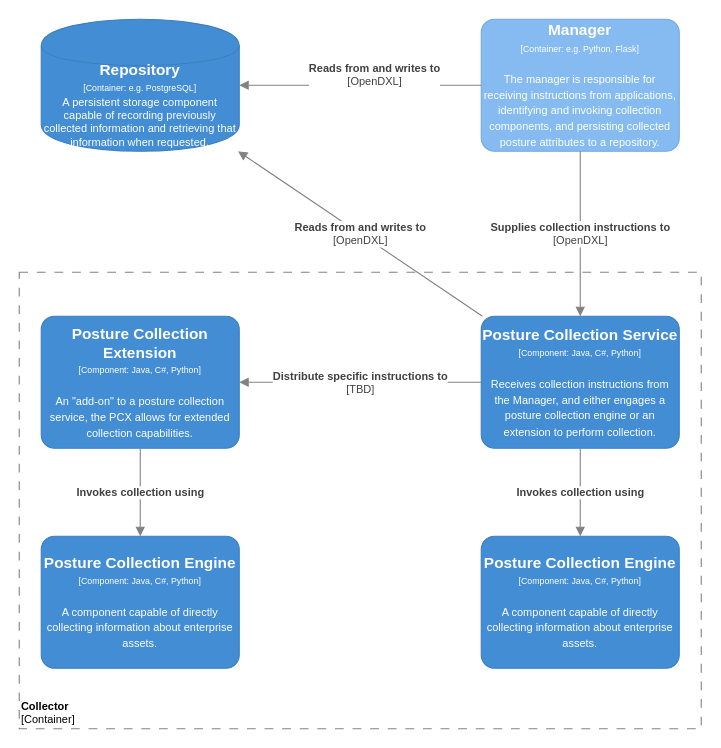
Above: page "SCAPv2 Collector" (2 of 2) of Architecture Documents/scap-components.drawio in opencybersecurityalliance/documentation (draw.io), before the change. Source tidied: cells renumbered, new cells numbered last; positions are measured from the earlier drawing's top-left corner, leaving out a move shared by most shapes. Both pictures are drawn from the tidied source at 110%, with x=0, y=0 at pixel (19, 19).
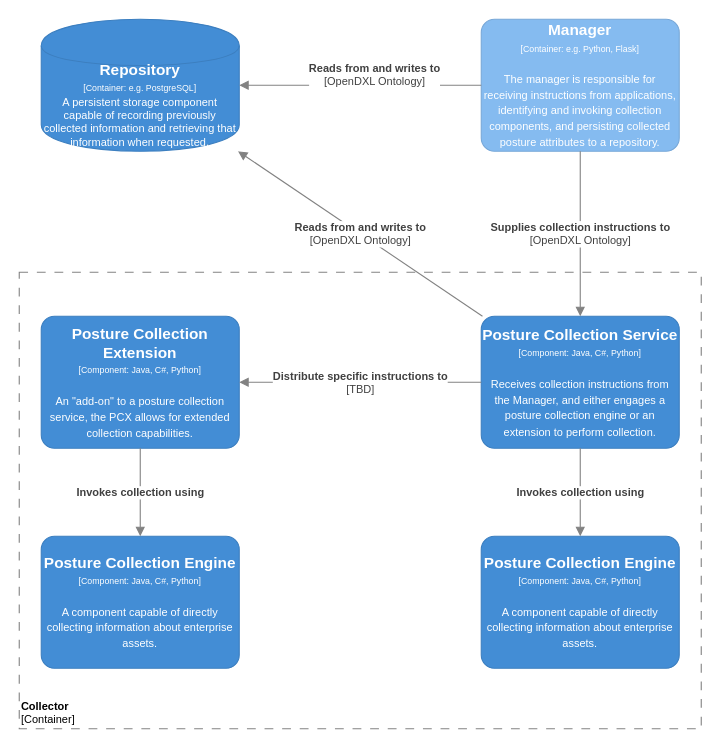
The same diagram, later.

Commit message (it also covers changes not shown here):
OpenDXL to OpenDXL Ontology

Change to the diagram source:
```diff
@@
 <mxGraphModel>
   <root>
     <mxCell id="0" />
     <mxCell id="1" parent="0" />
     <mxCell id="2" value="&lt;font style=&quot;font-size: 10px&quot;&gt;&lt;b&gt;Collector&lt;br&gt;&lt;/b&gt;[Container]&lt;/font&gt;" style="rounded=0;whiteSpace=wrap;html=1;strokeColor=#828282;fillColor=none;fontColor=#000000;align=left;labelPosition=center;verticalLabelPosition=middle;verticalAlign=bottom;dashed=1;strokeWidth=1;perimeterSpacing=0;spacing=2;spacingTop=0;fontSize=10;dashPattern=8 8;" parent="1" vertex="1">
       <mxGeometry y="230" width="620" height="415" as="geometry" />
     </mxCell>
     <mxCell id="3" value="&lt;div&gt;&lt;span style=&quot;font-size: 14px&quot;&gt;&lt;b&gt;Posture Collection Service&lt;/b&gt;&lt;/span&gt;&lt;/div&gt;&lt;div&gt;&lt;span style=&quot;font-size: 8px&quot;&gt;[Component: Java, C#, Python]&lt;/span&gt;&lt;/div&gt;&lt;div&gt;&lt;span style=&quot;font-size: 8px&quot;&gt;&lt;br&gt;&lt;/span&gt;&lt;/div&gt;&lt;div&gt;&lt;font size=&quot;1&quot;&gt;Receives collection instructions from the Manager, and either engages a posture collection engine or an extension to perform collection.&lt;/font&gt;&lt;/div&gt;" style="rounded=1;whiteSpace=wrap;html=1;fillColor=#438DD5;fontColor=#ffffff;strokeColor=#3C7FC0;arcSize=10;" parent="1" vertex="1">
       <mxGeometry x="420" y="270" width="180" height="120" as="geometry" />
     </mxCell>
     <mxCell id="4" value="&lt;div&gt;&lt;span style=&quot;font-size: 14px&quot;&gt;&lt;b&gt;Posture Collection Extension&lt;/b&gt;&lt;/span&gt;&lt;/div&gt;&lt;div&gt;&lt;span style=&quot;font-size: 8px&quot;&gt;[Component: Java, C#, Python]&lt;/span&gt;&lt;/div&gt;&lt;div&gt;&lt;span style=&quot;font-size: 8px&quot;&gt;&lt;br&gt;&lt;/span&gt;&lt;/div&gt;&lt;div&gt;&lt;font size=&quot;1&quot;&gt;An &quot;add-on&quot; to a posture collection service, the PCX allows for extended collection capabilities.&lt;/font&gt;&lt;/div&gt;" style="rounded=1;whiteSpace=wrap;html=1;fillColor=#438DD5;fontColor=#ffffff;strokeColor=#3C7FC0;arcSize=10;" parent="1" vertex="1">
       <mxGeometry x="20" y="270" width="180" height="120" as="geometry" />
     </mxCell>
     <mxCell id="5" value="&lt;div&gt;&lt;span style=&quot;font-size: 14px&quot;&gt;&lt;b&gt;Posture Collection Engine&lt;/b&gt;&lt;/span&gt;&lt;/div&gt;&lt;div&gt;&lt;span style=&quot;font-size: 8px&quot;&gt;[Component: Java, C#, Python]&lt;/span&gt;&lt;br&gt;&lt;/div&gt;&lt;div&gt;&lt;span style=&quot;font-size: 8px&quot;&gt;&lt;br&gt;&lt;/span&gt;&lt;/div&gt;&lt;div&gt;&lt;font size=&quot;1&quot;&gt;A component capable of directly collecting information about enterprise assets.&lt;/font&gt;&lt;/div&gt;" style="rounded=1;whiteSpace=wrap;html=1;fillColor=#438DD5;fontColor=#ffffff;strokeColor=#3C7FC0;arcSize=10;" parent="1" vertex="1">
       <mxGeometry x="420" y="470" width="180" height="120" as="geometry" />
     </mxCell>
     <object id="6" label="&lt;div style=&quot;color: rgb(255 , 255 , 255)&quot;&gt;&lt;span style=&quot;font-size: 14px&quot;&gt;&lt;b&gt;Repository&lt;/b&gt;&lt;/span&gt;&lt;/div&gt;&lt;div style=&quot;color: rgb(255 , 255 , 255) ; font-size: 12px&quot;&gt;&lt;font style=&quot;font-size: 8px&quot;&gt;[Container: %technology%]&lt;/font&gt;&lt;/div&gt;&lt;div style=&quot;color: rgb(255 , 255 , 255) ; font-size: 8px&quot;&gt;&lt;font style=&quot;font-size: 10px&quot;&gt;A persistent storage component capable of recording previously collected information and retrieving that information when requested&lt;/font&gt;&lt;span style=&quot;font-size: 11px&quot;&gt;.&lt;/span&gt;&lt;br&gt;&lt;/div&gt;" placeholders="1" technology="e.g. PostgreSQL">
       <mxCell style="shape=cylinder;whiteSpace=wrap;html=1;boundedLbl=1;backgroundOutline=1;strokeColor=#3C7FC0;fillColor=#438DD5;fontSize=12;fontColor=#ffffff;align=center;rounded=0;" parent="1" vertex="1">
         <mxGeometry x="20" width="180" height="120" as="geometry" />
       </mxCell>
     </object>
     <object id="7" label="&lt;div&gt;&lt;span style=&quot;font-size: 14px&quot;&gt;&lt;b&gt;Manager&lt;/b&gt;&lt;/span&gt;&lt;/div&gt;&lt;div&gt;&lt;span style=&quot;font-size: 8px&quot;&gt;[Container: %technology%]&lt;/span&gt;&lt;/div&gt;&lt;div&gt;&lt;span style=&quot;font-size: 8px&quot;&gt;&lt;br&gt;&lt;/span&gt;&lt;/div&gt;&lt;div&gt;&lt;span style=&quot;font-size: x-small&quot;&gt;The manager is responsible for receiving instructions from applications, identifying and invoking collection components, and persisting collected posture attributes to a repository.&lt;/span&gt;&lt;br&gt;&lt;/div&gt;" placeholders="1" technology="e.g. Python, Flask">
       <mxCell style="rounded=1;whiteSpace=wrap;html=1;fillColor=#85BBF0;fontColor=#ffffff;strokeColor=#78A8D8;arcSize=10;" parent="1" vertex="1">
         <mxGeometry x="420" width="180" height="120" as="geometry" />
       </mxCell>
     </object>
-    <mxCell id="8" value="&lt;span style=&quot;font-size: 10px&quot;&gt;&lt;b&gt;Reads from and writes to&lt;/b&gt;&lt;br&gt;[OpenDXL]&lt;br&gt;&lt;/span&gt;" style="endArrow=block;html=1;fontSize=10;fontColor=#404040;strokeWidth=1;endFill=1;strokeColor=#828282;elbow=vertical;" parent="1" edge="1" source="7" target="6">
+    <mxCell id="8" value="&lt;span style=&quot;font-size: 10px&quot;&gt;&lt;b&gt;Reads from and writes to&lt;/b&gt;&lt;br&gt;[OpenDXL Ontology]&lt;br&gt;&lt;/span&gt;" style="endArrow=block;html=1;fontSize=10;fontColor=#404040;strokeWidth=1;endFill=1;strokeColor=#828282;elbow=vertical;" parent="1" edge="1" source="7" target="6">
       <mxGeometry x="-0.12" y="-10" relative="1" as="geometry" />
     </mxCell>
-    <mxCell id="9" value="&lt;span style=&quot;font-size: 10px&quot;&gt;&lt;b&gt;Reads from and writes to&lt;/b&gt;&lt;br&gt;[OpenDXL]&lt;br&gt;&lt;/span&gt;" style="endArrow=block;html=1;fontSize=10;fontColor=#404040;strokeWidth=1;endFill=1;strokeColor=#828282;elbow=vertical;" parent="1" edge="1" source="3" target="6">
+    <mxCell id="9" value="&lt;span style=&quot;font-size: 10px&quot;&gt;&lt;b&gt;Reads from and writes to&lt;/b&gt;&lt;br&gt;[OpenDXL Ontology]&lt;br&gt;&lt;/span&gt;" style="endArrow=block;html=1;fontSize=10;fontColor=#404040;strokeWidth=1;endFill=1;strokeColor=#828282;elbow=vertical;" parent="1" edge="1" source="3" target="6">
       <mxGeometry relative="1" as="geometry" />
     </mxCell>
     <mxCell id="10" value="&lt;span style=&quot;font-size: 10px&quot;&gt;&lt;b&gt;Invokes collection using&lt;/b&gt;&lt;br&gt;&lt;/span&gt;" style="endArrow=block;html=1;fontSize=10;fontColor=#404040;strokeWidth=1;endFill=1;strokeColor=#828282;elbow=vertical;" parent="1" edge="1" source="3" target="5">
       <mxGeometry relative="1" as="geometry" />
     </mxCell>
     <mxCell id="11" value="&lt;span style=&quot;font-size: 10px&quot;&gt;&lt;b&gt;Distribute specific instructions to&lt;/b&gt;&lt;br&gt;[TBD]&lt;br&gt;&lt;/span&gt;" style="endArrow=block;html=1;fontSize=10;fontColor=#404040;strokeWidth=1;endFill=1;strokeColor=#828282;elbow=vertical;" parent="1" edge="1" source="3" target="4">
       <mxGeometry relative="1" as="geometry" />
     </mxCell>
     <mxCell id="12" value="&lt;div&gt;&lt;span style=&quot;font-size: 14px&quot;&gt;&lt;b&gt;Posture Collection Engine&lt;/b&gt;&lt;/span&gt;&lt;/div&gt;&lt;div&gt;&lt;span style=&quot;font-size: 8px&quot;&gt;[Component: Java, C#, Python]&lt;/span&gt;&lt;br&gt;&lt;/div&gt;&lt;div&gt;&lt;span style=&quot;font-size: 8px&quot;&gt;&lt;br&gt;&lt;/span&gt;&lt;/div&gt;&lt;div&gt;&lt;font size=&quot;1&quot;&gt;A component capable of directly collecting information about enterprise assets.&lt;/font&gt;&lt;/div&gt;" style="rounded=1;whiteSpace=wrap;html=1;fillColor=#438DD5;fontColor=#ffffff;strokeColor=#3C7FC0;arcSize=10;" parent="1" vertex="1">
       <mxGeometry x="20" y="470" width="180" height="120" as="geometry" />
     </mxCell>
     <mxCell id="13" value="&lt;span style=&quot;font-size: 10px&quot;&gt;&lt;b&gt;Invokes collection using&lt;/b&gt;&lt;br&gt;&lt;/span&gt;" style="endArrow=block;html=1;fontSize=10;fontColor=#404040;strokeWidth=1;endFill=1;strokeColor=#828282;elbow=vertical;" parent="1" edge="1" source="4" target="12">
       <mxGeometry relative="1" as="geometry" />
     </mxCell>
-    <mxCell id="14" value="&lt;b&gt;Supplies collection instructions to&lt;br&gt;&lt;/b&gt;[OpenDXL]&lt;span style=&quot;font-size: 10px&quot;&gt;&lt;br&gt;&lt;/span&gt;" style="endArrow=block;html=1;fontSize=10;fontColor=#404040;strokeWidth=1;endFill=1;strokeColor=#828282;elbow=vertical;" parent="1" edge="1" source="7" target="3">
+    <mxCell id="14" value="&lt;b&gt;Supplies collection instructions to&lt;br&gt;&lt;/b&gt;[OpenDXL Ontology]&lt;span style=&quot;font-size: 10px&quot;&gt;&lt;br&gt;&lt;/span&gt;" style="endArrow=block;html=1;fontSize=10;fontColor=#404040;strokeWidth=1;endFill=1;strokeColor=#828282;elbow=vertical;" parent="1" edge="1" source="7" target="3">
       <mxGeometry relative="1" as="geometry" />
     </mxCell>
   </root>
 </mxGraphModel>
```
